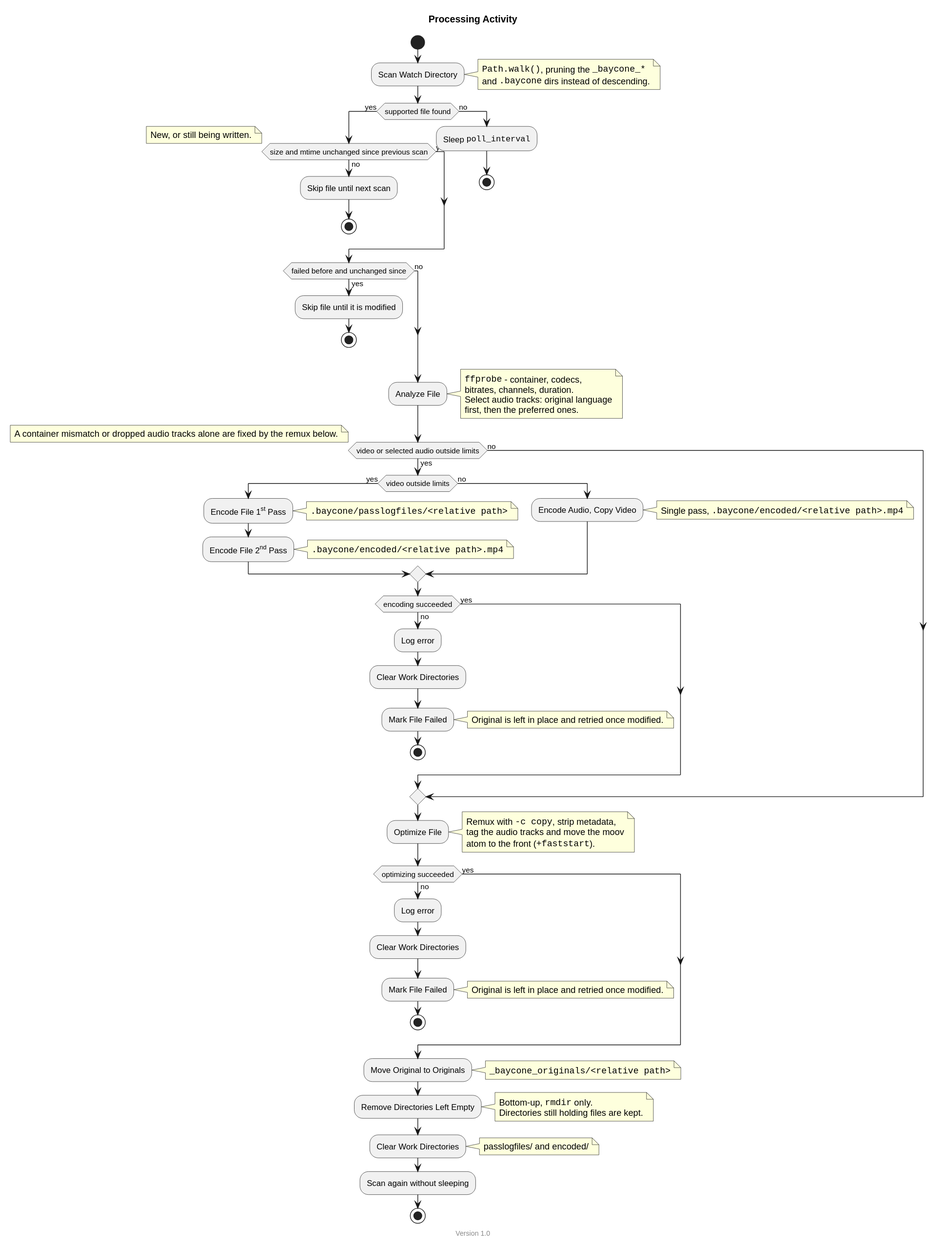
Above: docs/processing_activity.svg in theobaldik/baycone (PlantUML), before the change. Its source is kept beside it as docs/processing_activity.puml.
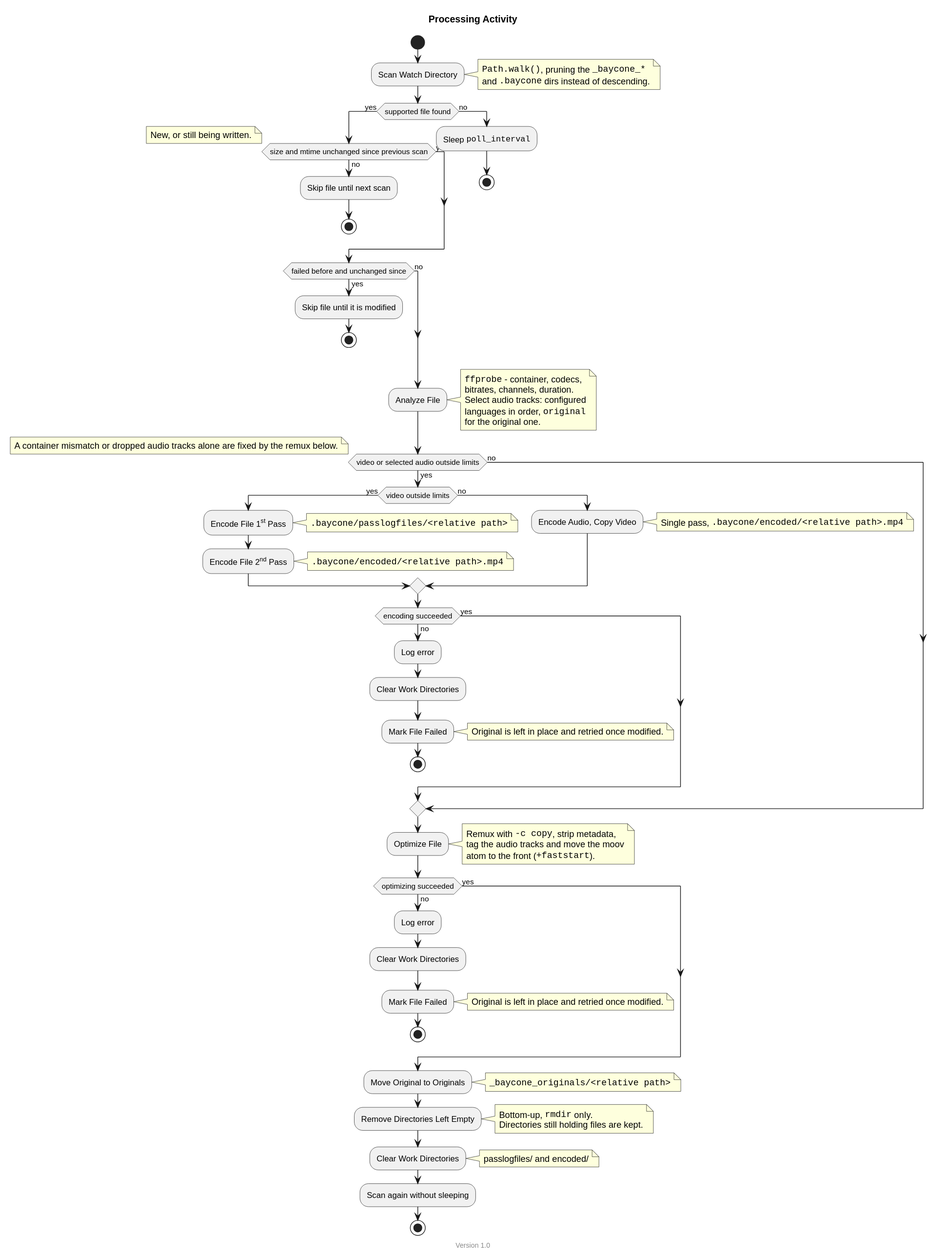
After the change.

Commit message:
feat: configure the position and presence of the original track

What changed in the source:
```diff
@@ -31,8 +31,9 @@
 note right
     ""ffprobe"" - container, codecs,
     bitrates, channels, duration.
-    Select audio tracks: original language
-    first, then the preferred ones.
+    Select audio tracks: configured
+    languages in order, ""original""
+    for the original one.
 end note
 
 if (video or selected audio outside limits) then (yes)
```
